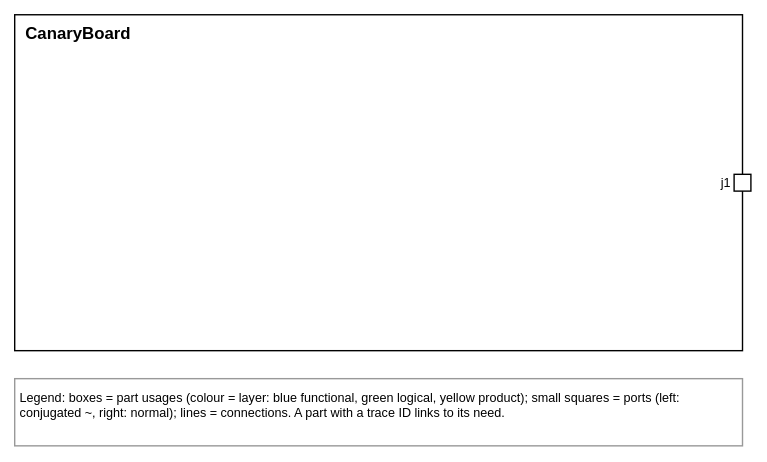
Earlier version of the draw.io export views/canaryBoard.drawio.svg (tiacsys/robarm-ee). Source tidied: cells renumbered, new cells last; positions are measured from the earlier drawing's top-left corner, leaving out a move shared by most shapes.
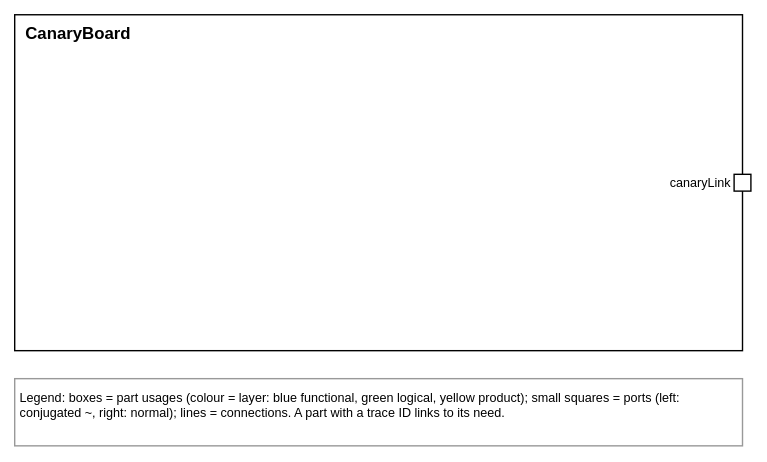
The same diagram one commit later.

Commit message:
Canary port canaryLink, connector X1 with portName, portType, portTypeID

The edit, as a diff of the source:
```diff
@@ -8,8 +8,8 @@
     <mxCell id="3" value="Legend: boxes = part usages (colour = layer: blue functional, green logical, yellow product); small squares = ports (left: conjugated ~, right: normal); lines = connections. A part with a trace ID links to its need." style="text;html=0;align=left;verticalAlign=top;fontSize=9;fillColor=#FFFFFF;strokeColor=#999999;spacing=4;whiteSpace=wrap;" parent="1" vertex="1">
       <mxGeometry y="260" width="520" height="48" as="geometry" />
     </mxCell>
-    <mxCell id="4" value="j1" style="rounded=0;html=0;fillColor=#FFFFFF;fontSize=9;labelPosition=left;align=right;verticalLabelPosition=middle;verticalAlign=middle;" parent="2" vertex="1">
-      <mxGeometry x="514" y="114" width="12" height="12" as="geometry" />
-    </mxCell>
+    <mxCell id="5" value="canaryLink" style="rounded=0;html=0;fillColor=#FFFFFF;fontSize=9;labelPosition=left;align=right;verticalLabelPosition=middle;verticalAlign=middle;" parent="2" vertex="1">
+      <mxGeometry x="514" y="114" width="12" height="12" as="geometry" />
+    </mxCell>
   </root>
 </mxGraphModel>
```
